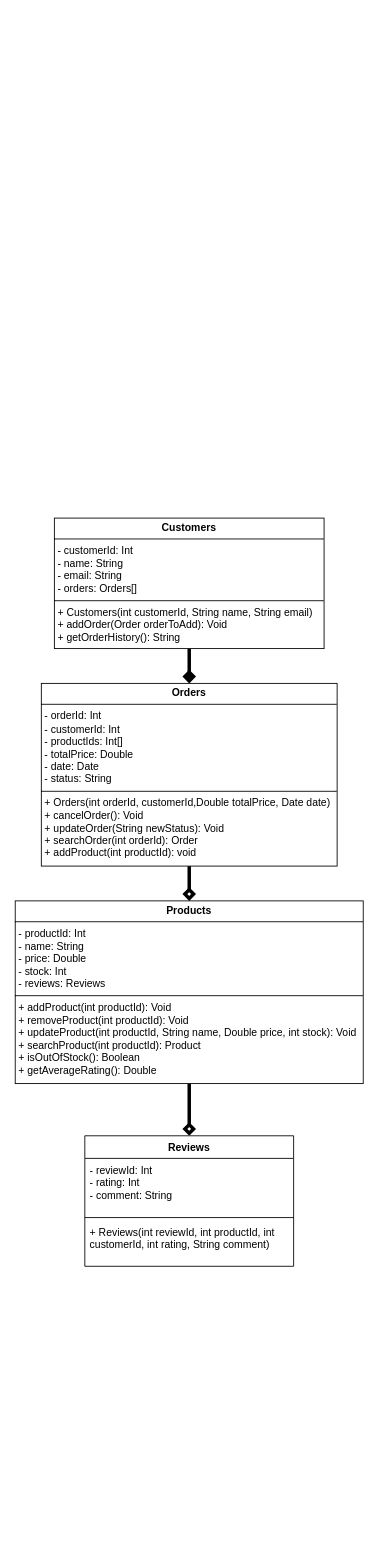
The draw.io diagram UML-file.drawio in 0xKirisame/E-Commerce-CMS, before the edit. Source tidied: cells renumbered, new cells numbered last; positions are measured from the earlier drawing's top-left corner, leaving out a move shared by most shapes. Both pictures are drawn from the tidied source at 87%, with x=0, y=0 at pixel (15, 518).
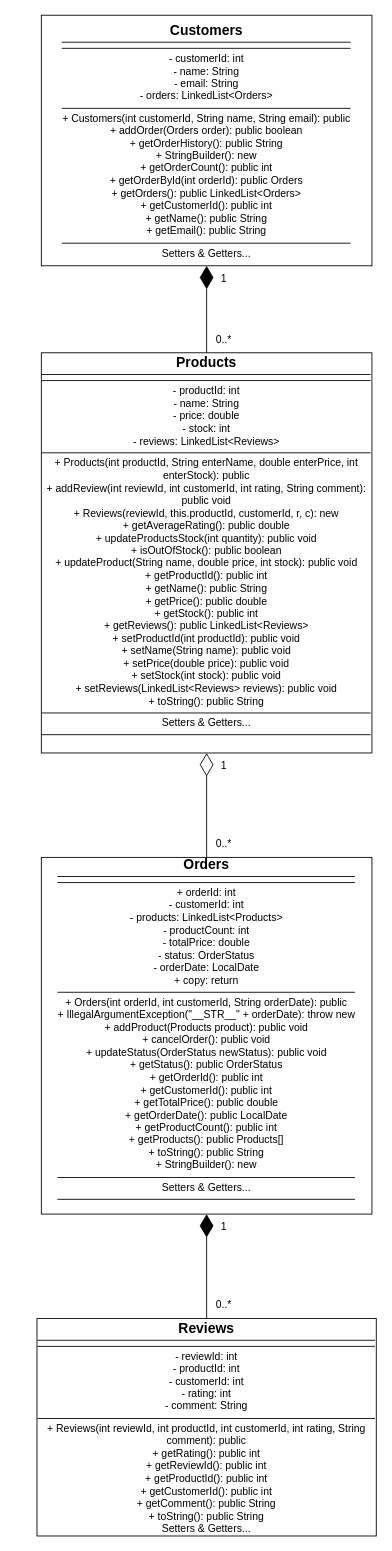
Above is the later version.

Change to the diagram source:
```diff
@@
 <mxGraphModel>
   <root>
     <mxCell id="0" />
     <mxCell id="1" parent="0" />
-    <mxCell id="2" style="edgeStyle=orthogonalEdgeStyle;rounded=0;jettySize=auto;html=1;entryX=0.5;entryY=0;entryDx=0;entryDy=0;strokeWidth=4;endArrow=diamond;endFill=0;" parent="1" edge="1" source="3" target="8">
-      <mxGeometry relative="1" as="geometry" />
-    </mxCell>
-    <mxCell id="3" value="&lt;p style=&quot;margin:0px;margin-top:4px;text-align:center;&quot;&gt;&lt;b&gt;Products&lt;/b&gt;&lt;/p&gt;&lt;hr size=&quot;1&quot; style=&quot;border-style:solid;&quot;&gt;&lt;p style=&quot;margin:0px;margin-left:4px;&quot;&gt;- productId: Int&lt;/p&gt;&lt;p style=&quot;margin:0px;margin-left:4px;&quot;&gt;- name: String&lt;br&gt;- price: Double&lt;br&gt;- stock: Int&lt;/p&gt;&lt;p style=&quot;margin:0px;margin-left:4px;&quot;&gt;- reviews: Reviews&lt;/p&gt;&lt;hr size=&quot;1&quot; style=&quot;border-style:solid;&quot;&gt;&lt;p style=&quot;margin:0px;margin-left:4px;&quot;&gt;+ addProduct(int productId): Void&lt;br&gt;+ removeProduct(int productId): Void&lt;/p&gt;&lt;p style=&quot;margin:0px;margin-left:4px;&quot;&gt;+ updateProduct(int productId, String name, Double price, int stock): Void&lt;br&gt;+ searchProduct(int productId): Product&lt;br&gt;+ isOutOfStock(): Boolean&lt;/p&gt;&lt;p style=&quot;margin:0px;margin-left:4px;&quot;&gt;+ getAverageRating(): Double&lt;/p&gt;" style="verticalAlign=top;align=left;overflow=fill;html=1;whiteSpace=wrap;" parent="1" vertex="1">
-      <mxGeometry y="440" width="400" height="210" as="geometry" />
-    </mxCell>
-    <mxCell id="4" style="edgeStyle=orthogonalEdgeStyle;rounded=0;jettySize=auto;html=1;entryX=0.5;entryY=0;entryDx=0;entryDy=0;endArrow=diamond;endFill=1;strokeWidth=4;" parent="1" edge="1" source="5" target="7">
-      <mxGeometry relative="1" as="geometry" />
-    </mxCell>
-    <mxCell id="5" value="&lt;p style=&quot;margin:0px;margin-top:4px;text-align:center;&quot;&gt;&lt;b&gt;Customers&lt;/b&gt;&lt;/p&gt;&lt;hr size=&quot;1&quot; style=&quot;border-style:solid;&quot;&gt;&lt;p style=&quot;margin:0px;margin-left:4px;&quot;&gt;- customerId: Int&lt;br&gt;- name: String&lt;br&gt;- email: String&lt;br&gt;- orders: Orders[]&lt;br&gt;&lt;/p&gt;&lt;hr size=&quot;1&quot; style=&quot;border-style:solid;&quot;&gt;&lt;p style=&quot;margin:0px;margin-left:4px;&quot;&gt;+ Customers(int customerId, String name, String email)&lt;/p&gt;&lt;p style=&quot;margin:0px;margin-left:4px;&quot;&gt;+ addOrder(Order orderToAdd): Void&lt;/p&gt;&lt;p style=&quot;margin:0px;margin-left:4px;&quot;&gt;+ getOrderHistory(): String&lt;/p&gt;" style="verticalAlign=top;align=left;overflow=fill;html=1;whiteSpace=wrap;" parent="1" vertex="1">
-      <mxGeometry x="45" width="310" height="150" as="geometry" />
-    </mxCell>
-    <mxCell id="6" style="edgeStyle=orthogonalEdgeStyle;rounded=0;jettySize=auto;html=1;entryX=0.5;entryY=0;entryDx=0;entryDy=0;endArrow=diamond;endFill=0;strokeWidth=4;" parent="1" edge="1" source="7" target="3">
-      <mxGeometry relative="1" as="geometry" />
-    </mxCell>
-    <mxCell id="7" value="&lt;p style=&quot;margin:0px;margin-top:4px;text-align:center;&quot;&gt;&lt;b&gt;Orders&lt;/b&gt;&lt;/p&gt;&lt;hr size=&quot;1&quot; style=&quot;border-style:solid;&quot;&gt;&lt;p style=&quot;margin:0px;margin-left:4px;&quot;&gt;- orderId: Int&lt;br&gt;- customerId: Int&lt;/p&gt;&lt;p style=&quot;margin:0px;margin-left:4px;&quot;&gt;- productIds: Int[]&lt;/p&gt;&lt;p style=&quot;margin:0px;margin-left:4px;&quot;&gt;- totalPrice: Double&lt;br&gt;- date: Date&lt;br&gt;- status: String&lt;/p&gt;&lt;hr size=&quot;1&quot; style=&quot;border-style:solid;&quot;&gt;&lt;p style=&quot;margin:0px;margin-left:4px;&quot;&gt;+ Orders(int orderId, customerId,Double totalPrice, Date date)&lt;/p&gt;&lt;p style=&quot;margin:0px;margin-left:4px;&quot;&gt;+ cancelOrder(): Void&lt;/p&gt;&lt;p style=&quot;margin:0px;margin-left:4px;&quot;&gt;+ updateOrder(String newStatus): Void&lt;/p&gt;&lt;p style=&quot;margin:0px;margin-left:4px;&quot;&gt;+ searchOrder(int orderId): Order&lt;br&gt;+ addProduct(int productId): void&lt;/p&gt;" style="verticalAlign=top;align=left;overflow=fill;html=1;whiteSpace=wrap;" parent="1" vertex="1">
-      <mxGeometry x="30" y="190" width="340" height="210" as="geometry" />
-    </mxCell>
-    <mxCell id="8" value="Reviews" style="swimlane;fontStyle=1;align=center;verticalAlign=top;horizontal=1;startSize=26;whiteSpace=wrap;html=1;" parent="1" vertex="1">
-      <mxGeometry x="80" y="710" width="240" height="150" as="geometry" />
-    </mxCell>
-    <mxCell id="9" value="- reviewId: Int&lt;br&gt;- rating: Int&lt;div&gt;- comment: String&lt;/div&gt;" style="text;strokeColor=none;fillColor=none;align=left;verticalAlign=top;spacingLeft=4;spacingRight=4;overflow=hidden;whiteSpace=wrap;html=1;" parent="8" vertex="1">
-      <mxGeometry y="26" width="240" height="64" as="geometry" />
-    </mxCell>
-    <mxCell id="10" style="line;strokeWidth=1;fillColor=none;align=left;verticalAlign=middle;spacingTop=-1;spacingLeft=3;spacingRight=3;labelPosition=right;strokeColor=inherit;" parent="8" vertex="1">
-      <mxGeometry y="90" width="240" height="8" as="geometry" />
-    </mxCell>
-    <mxCell id="11" value="+ Reviews(int reviewId, int productId, int customerId, int rating, String comment)" style="text;strokeColor=none;fillColor=none;align=left;verticalAlign=top;spacingLeft=4;spacingRight=4;overflow=hidden;whiteSpace=wrap;html=1;" parent="8" vertex="1">
-      <mxGeometry y="98" width="240" height="52" as="geometry" />
-    </mxCell>
+    <mxCell id="12" value="&lt;div style=&quot;font-weight: bold; text-align: center; font-size: 16px; border-bottom: 1px solid rgb(0, 0, 0); padding-bottom: 4px;&quot;&gt;Customers&lt;/div&gt;&lt;div style=&quot;border-top: 1px solid rgb(0, 0, 0); margin-top: 6px; padding-top: 4px;&quot;&gt;- customerId: int&lt;br&gt;- name: String&lt;br&gt;- email: String&lt;br&gt;- orders: LinkedList&amp;lt;Orders&amp;gt;&lt;br&gt;&lt;/div&gt;&lt;div style=&quot;border-top: 1px solid rgb(0, 0, 0); margin-top: 6px; padding-top: 4px;&quot;&gt;+ Customers(int customerId, String name, String email): public&lt;br&gt;+ addOrder(Orders order): public boolean&lt;br&gt;+ getOrderHistory(): public String&lt;br&gt;+ StringBuilder(): new&lt;br&gt;+ getOrderCount(): public int&lt;br&gt;+ getOrderById(int orderId): public Orders&lt;br&gt;+ getOrders(): public LinkedList&amp;lt;Orders&amp;gt;&lt;br&gt;+ getCustomerId(): public int&lt;br&gt;+ getName(): public String&lt;br&gt;+ getEmail(): public String&lt;/div&gt;&lt;div style=&quot;border-top: 1px solid rgb(0, 0, 0); margin-top: 6px; padding-top: 4px;&quot;&gt;Setters &amp;amp; Getters...&lt;/div&gt;" style="shape=rectangle;whiteSpace=wrap;html=1;rounded=0;" parent="1" vertex="1">
+      <mxGeometry x="30" y="-578" width="380" height="288" as="geometry" />
+    </mxCell>
+    <mxCell id="13" value="&lt;div style=&quot;font-weight: bold; text-align: center; font-size: 16px; border-bottom: 1px solid rgb(0, 0, 0); padding-bottom: 4px;&quot;&gt;Products&lt;/div&gt;&lt;div style=&quot;border-top: 1px solid rgb(0, 0, 0); margin-top: 6px; padding-top: 4px;&quot;&gt;- productId: int&lt;br&gt;- name: String&lt;br&gt;- price: double&lt;br&gt;- stock: int&lt;br&gt;- reviews: LinkedList&amp;lt;Reviews&amp;gt;&lt;/div&gt;&lt;div style=&quot;border-top: 1px solid rgb(0, 0, 0); margin-top: 6px; padding-top: 4px;&quot;&gt;+ Products(int productId, String enterName, double enterPrice, int enterStock): public&lt;br&gt;+ addReview(int reviewId, int customerId, int rating, String comment): public void&lt;br&gt;+ Reviews(reviewId, this.productId, customerId, r, c): new&lt;br&gt;+ getAverageRating(): public double&lt;br&gt;+ updateProductsStock(int quantity): public void&lt;br&gt;+ isOutOfStock(): public boolean&lt;br&gt;+ updateProduct(String name, double price, int stock): public void&lt;br&gt;+ getProductId(): public int&lt;br&gt;+ getName(): public String&lt;br&gt;+ getPrice(): public double&lt;br&gt;+ getStock(): public int&lt;br&gt;+ getReviews(): public LinkedList&amp;lt;Reviews&amp;gt;&lt;br&gt;+ setProductId(int productId): public void&lt;br&gt;+ setName(String name): public void&lt;br&gt;+ setPrice(double price): public void&lt;br&gt;+ setStock(int stock): public void&lt;br&gt;+ setReviews(LinkedList&amp;lt;Reviews&amp;gt; reviews): public void&lt;br&gt;+ toString(): public String&lt;/div&gt;&lt;div style=&quot;border-top: 1px solid rgb(0, 0, 0); margin-top: 6px; padding-top: 4px;&quot;&gt;Setters &amp;amp; Getters...&lt;/div&gt;&lt;div style=&quot;border-top: 1px solid rgb(0, 0, 0); margin-top: 6px; padding-top: 4px;&quot;&gt;&lt;br&gt;&lt;/div&gt;" style="shape=rectangle;whiteSpace=wrap;html=1;rounded=0;" parent="1" vertex="1">
+      <mxGeometry x="30" y="-190" width="380" height="460" as="geometry" />
+    </mxCell>
+    <mxCell id="14" value="&lt;div style=&quot;font-weight: bold; text-align: center; font-size: 16px; border-bottom: 1px solid rgb(0, 0, 0); padding-bottom: 4px;&quot;&gt;Orders&lt;/div&gt;&lt;div style=&quot;border-top: 1px solid rgb(0, 0, 0); margin-top: 6px; padding-top: 4px;&quot;&gt;+ orderId: int&lt;br&gt;- customerId: int&lt;br&gt;- products: LinkedList&amp;lt;Products&amp;gt;&lt;br&gt;- productCount: int&lt;br&gt;- totalPrice: double&lt;br&gt;- status: OrderStatus&lt;br&gt;- orderDate: LocalDate&lt;br&gt;+ copy: return&lt;/div&gt;&lt;div style=&quot;border-top: 1px solid rgb(0, 0, 0); margin-top: 6px; padding-top: 4px;&quot;&gt;+ Orders(int orderId, int customerId, String orderDate): public&lt;br&gt;+ IllegalArgumentException(&quot;__STR__&quot; + orderDate): throw new&lt;br&gt;+ addProduct(Products product): public void&lt;br&gt;+ cancelOrder(): public void&lt;br&gt;+ updateStatus(OrderStatus newStatus): public void&lt;br&gt;+ getStatus(): public OrderStatus&lt;br&gt;+ getOrderId(): public int&lt;br&gt;+ getCustomerId(): public int&lt;br&gt;+ getTotalPrice(): public double&lt;br&gt;+ getOrderDate(): public LocalDate&lt;br&gt;+ getProductCount(): public int&lt;br&gt;+ getProducts(): public Products[]&lt;br&gt;+ toString(): public String&lt;br&gt;+ StringBuilder(): new&lt;/div&gt;&lt;div style=&quot;border-top: 1px solid rgb(0, 0, 0); margin-top: 6px; padding-top: 4px;&quot;&gt;Setters &amp;amp; Getters...&lt;/div&gt;&lt;div style=&quot;border-top: 1px solid rgb(0, 0, 0); margin-top: 6px; padding-top: 4px;&quot;&gt;&lt;br&gt;&lt;/div&gt;" style="shape=rectangle;whiteSpace=wrap;html=1;rounded=0;" parent="1" vertex="1">
+      <mxGeometry x="30" y="390" width="380" height="410" as="geometry" />
+    </mxCell>
+    <mxCell id="15" value="&lt;div style=&quot;font-weight: bold; text-align: center; font-size: 16px; border-bottom: 1px solid rgb(0, 0, 0); padding-bottom: 4px;&quot;&gt;Reviews&lt;/div&gt;&lt;div style=&quot;border-top: 1px solid rgb(0, 0, 0); margin-top: 6px; padding-top: 4px;&quot;&gt;- reviewId: int&lt;br&gt;- productId: int&lt;br&gt;- customerId: int&lt;br&gt;- rating: int&lt;br&gt;- comment: String&lt;/div&gt;&lt;div style=&quot;border-top: 1px solid rgb(0, 0, 0); margin-top: 6px; padding-top: 4px;&quot;&gt;+ Reviews(int reviewId, int productId, int customerId, int rating, String comment): public&lt;br&gt;+ getRating(): public int&lt;br&gt;+ getReviewId(): public int&lt;br&gt;+ getProductId(): public int&lt;br&gt;+ getCustomerId(): public int&lt;br&gt;+ getComment(): public String&lt;br&gt;+ toString(): public String&lt;br&gt;Setters &amp;amp; Getters...&lt;/div&gt;" style="shape=rectangle;whiteSpace=wrap;html=1;rounded=0;" parent="1" vertex="1">
+      <mxGeometry x="25" y="920" width="390" height="250" as="geometry" />
+    </mxCell>
+    <mxCell id="16" style="endArrow=diamondThin;endFill=1;endSize=24;html=1;rounded=0;entryX=0.5;entryY=1;entryDx=0;entryDy=0;exitX=0.5;exitY=0;exitDx=0;exitDy=0;flowAnimation=0;" parent="1" edge="1" source="15" target="14">
+      <mxGeometry relative="1" as="geometry" />
+    </mxCell>
+    <mxCell id="17" style="endArrow=diamondThin;endFill=1;endSize=24;html=1;rounded=0;exitX=0.5;exitY=0;exitDx=0;exitDy=0;" parent="1" edge="1" source="13" target="12">
+      <mxGeometry relative="1" as="geometry" />
+    </mxCell>
+    <mxCell id="18" style="endArrow=diamondThin;endFill=0;endSize=24;html=1;rounded=0;exitX=0.5;exitY=0;exitDx=0;exitDy=0;entryX=0.5;entryY=1;entryDx=0;entryDy=0;" parent="1" edge="1" source="14" target="13">
+      <mxGeometry relative="1" as="geometry" />
+    </mxCell>
+    <mxCell id="19" value="0&lt;span style=&quot;background-color: transparent; color: light-dark(rgb(0, 0, 0), rgb(255, 255, 255));&quot;&gt;..*&lt;/span&gt;" style="text;html=1;whiteSpace=wrap;strokeColor=none;fillColor=none;align=center;verticalAlign=middle;rounded=0;" parent="1" vertex="1">
+      <mxGeometry x="210" y="890" width="60" height="30" as="geometry" />
+    </mxCell>
+    <mxCell id="20" value="0&lt;span style=&quot;background-color: transparent; color: light-dark(rgb(0, 0, 0), rgb(255, 255, 255));&quot;&gt;..*&lt;/span&gt;" style="text;html=1;whiteSpace=wrap;strokeColor=none;fillColor=none;align=center;verticalAlign=middle;rounded=0;" parent="1" vertex="1">
+      <mxGeometry x="210" y="360" width="60" height="30" as="geometry" />
+    </mxCell>
+    <mxCell id="21" value="0&lt;span style=&quot;background-color: transparent; color: light-dark(rgb(0, 0, 0), rgb(255, 255, 255));&quot;&gt;..*&lt;/span&gt;" style="text;html=1;whiteSpace=wrap;strokeColor=none;fillColor=none;align=center;verticalAlign=middle;rounded=0;" parent="1" vertex="1">
+      <mxGeometry x="210" y="-220" width="60" height="30" as="geometry" />
+    </mxCell>
+    <mxCell id="22" value="1" style="text;html=1;whiteSpace=wrap;strokeColor=none;fillColor=none;align=center;verticalAlign=middle;rounded=0;" parent="1" vertex="1">
+      <mxGeometry x="210" y="-290" width="60" height="30" as="geometry" />
+    </mxCell>
+    <mxCell id="23" value="1" style="text;html=1;whiteSpace=wrap;strokeColor=none;fillColor=none;align=center;verticalAlign=middle;rounded=0;" parent="1" vertex="1">
+      <mxGeometry x="210" y="270" width="60" height="30" as="geometry" />
+    </mxCell>
+    <mxCell id="24" value="1" style="text;html=1;whiteSpace=wrap;strokeColor=none;fillColor=none;align=center;verticalAlign=middle;rounded=0;" parent="1" vertex="1">
+      <mxGeometry x="210" y="800" width="60" height="30" as="geometry" />
+    </mxCell>
   </root>
 </mxGraphModel>
```
